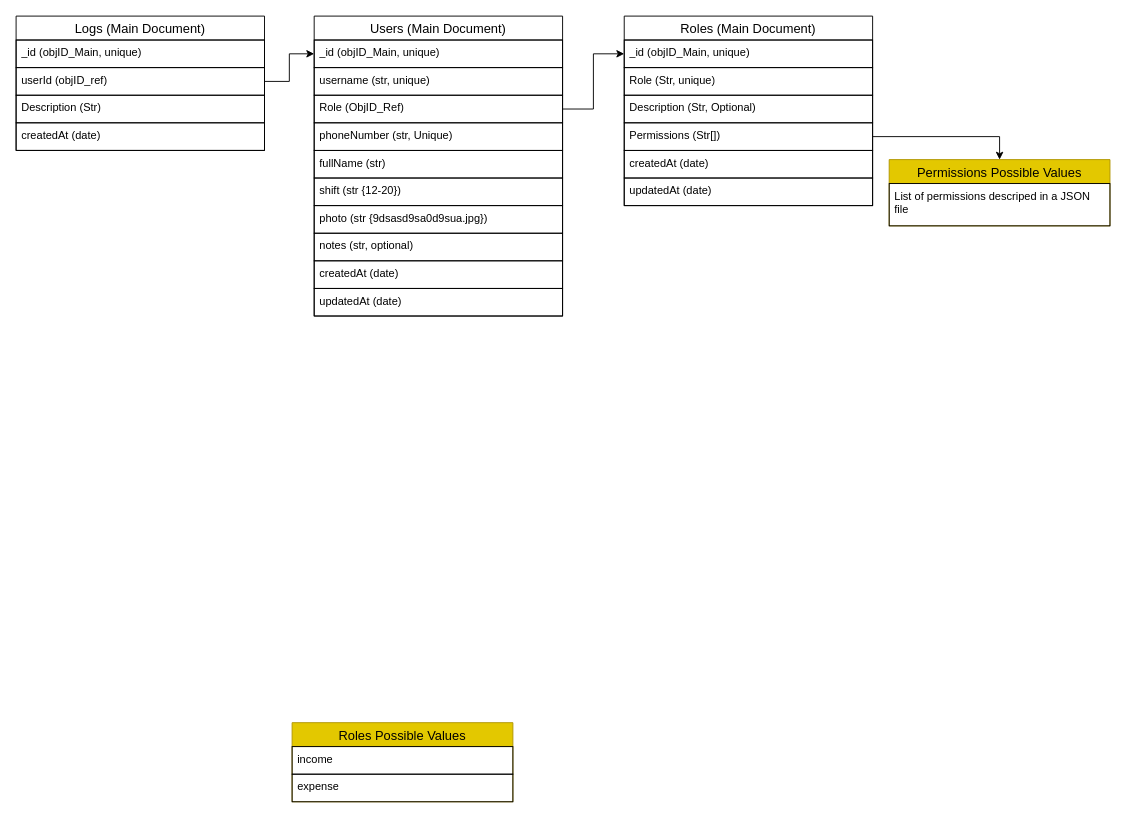
This is docs/db.design.drawio from alifaisal101/shop-finances-manager, a draw.io file, before an edit. Source tidied: cells renumbered, new cells numbered last; positions are measured from the earlier drawing's top-left corner, leaving out a move shared by most shapes. Both pictures are drawn from the tidied source at 92%, with x=0, y=0 at pixel (16, 16).
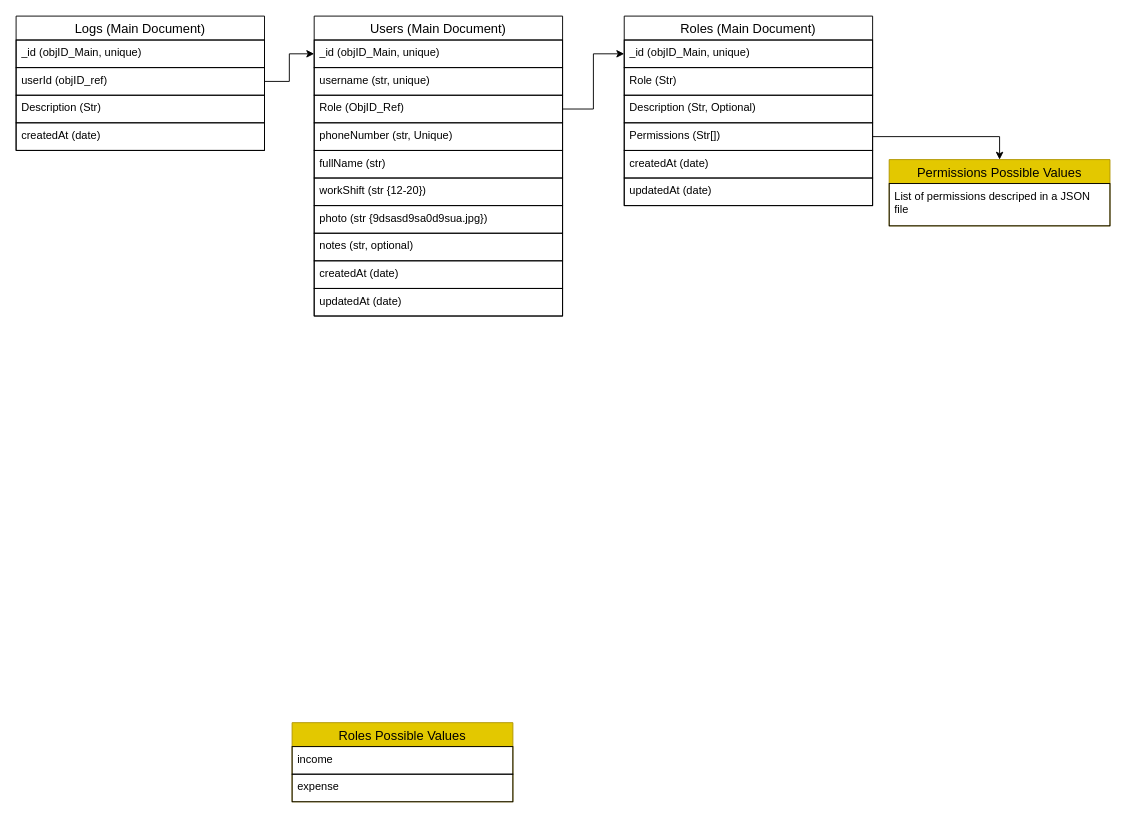
The same page after the edit.

The change refers to these unchanged cells:
```xml
<mxCell id="2" value="Users (Main Document)" style="swimlane;fontStyle=0;horizontal=1;startSize=26;align=center;fontSize=14;" parent="1" vertex="1">
  <mxGeometry x="324" width="270" height="326" as="geometry" />
</mxCell>
<mxCell id="15" value="Roles (Main Document)" style="swimlane;fontStyle=0;horizontal=1;startSize=26;align=center;fontSize=14;" parent="1" vertex="1">
  <mxGeometry x="661" width="270" height="206" as="geometry" />
</mxCell>
```

Change to the diagram source:
```diff
@@
-    <mxCell id="8" value="shift (str {12-20})" style="text;strokeColor=default;fillColor=none;spacingLeft=4;spacingRight=4;overflow=hidden;fontSize=12;whiteSpace=wrap;html=1;" parent="2" vertex="1">
+    <mxCell id="8" value="workShift (str {12-20})" style="text;strokeColor=default;fillColor=none;spacingLeft=4;spacingRight=4;overflow=hidden;fontSize=12;whiteSpace=wrap;html=1;" parent="2" vertex="1">
       <mxGeometry y="176" width="270" height="30" as="geometry" />
     </mxCell>
@@
-    <mxCell id="17" value="Role (Str, unique)" style="text;strokeColor=default;fillColor=none;spacingLeft=4;spacingRight=4;overflow=hidden;fontSize=12;whiteSpace=wrap;html=1;" parent="15" vertex="1">
+    <mxCell id="17" value="Role (Str)" style="text;strokeColor=default;fillColor=none;spacingLeft=4;spacingRight=4;overflow=hidden;fontSize=12;whiteSpace=wrap;html=1;" parent="15" vertex="1">
       <mxGeometry y="56" width="270" height="30" as="geometry" />
     </mxCell>
```
